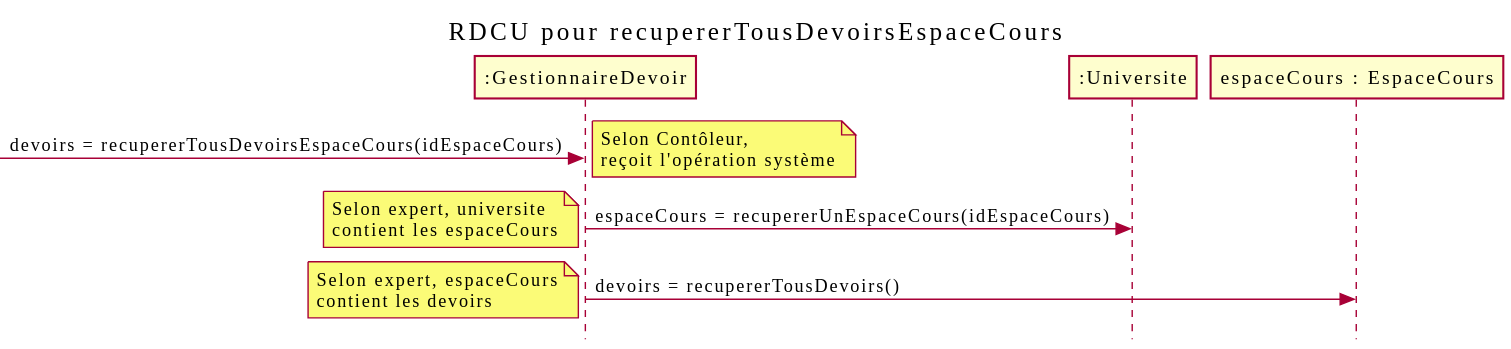
Earlier version of the PlantUML export out/docs/Ajouter devoir/RDCU_Ajouter_Devoir/recupererTousDevoirsEspaceCours.svg (nerdz88/SGA-TS).
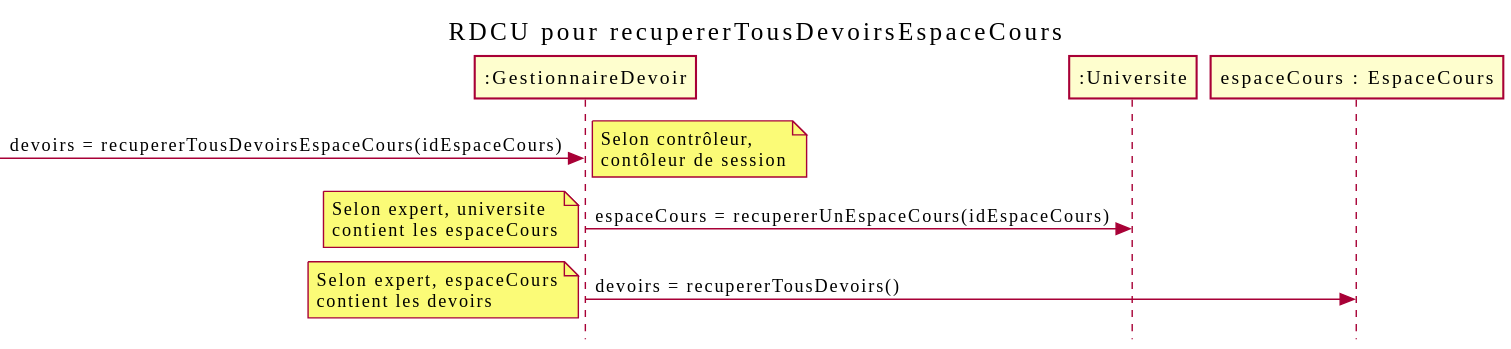
Above is the later version.

Diff of the diagram source:
```diff
@@ -7,7 +7,7 @@
 participant "espaceCours : EspaceCours" as cours
 
 -> gestionnaireDevoir : devoirs = recupererTousDevoirsEspaceCours(idEspaceCours)
-note left : Selon Contôleur,\nreçoit l'opération système
+note left : Selon contrôleur,\ncontôleur de session
 gestionnaireDevoir -> universite : espaceCours = recupererUnEspaceCours(idEspaceCours)
 note left : Selon expert, universite\ncontient les espaceCours
 gestionnaireDevoir -> cours : devoirs = recupererTousDevoirs()
```
